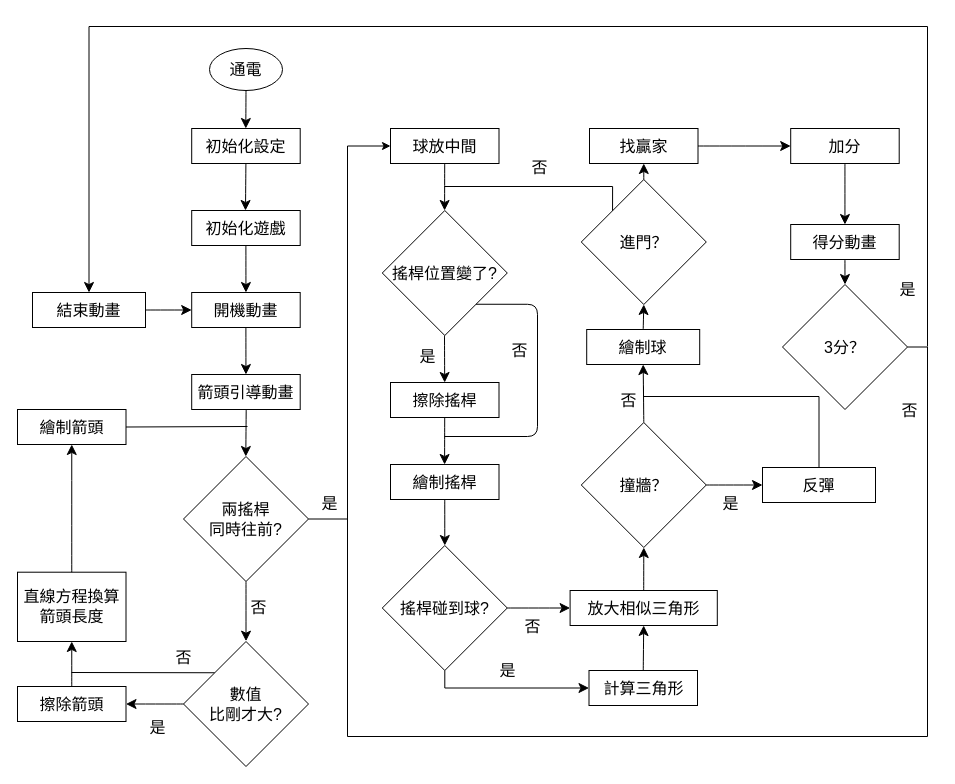
Edit-Mr/notes keeps this draw.io diagram as content/marp/Untitled Diagram.drawio. Above is the earlier version. Source tidied: cells renumbered, new cells numbered last; positions are measured from the earlier drawing's top-left corner, leaving out a move shared by most shapes. Both pictures are drawn from the tidied source at 100%, with x=0, y=0 at pixel (17, 3).
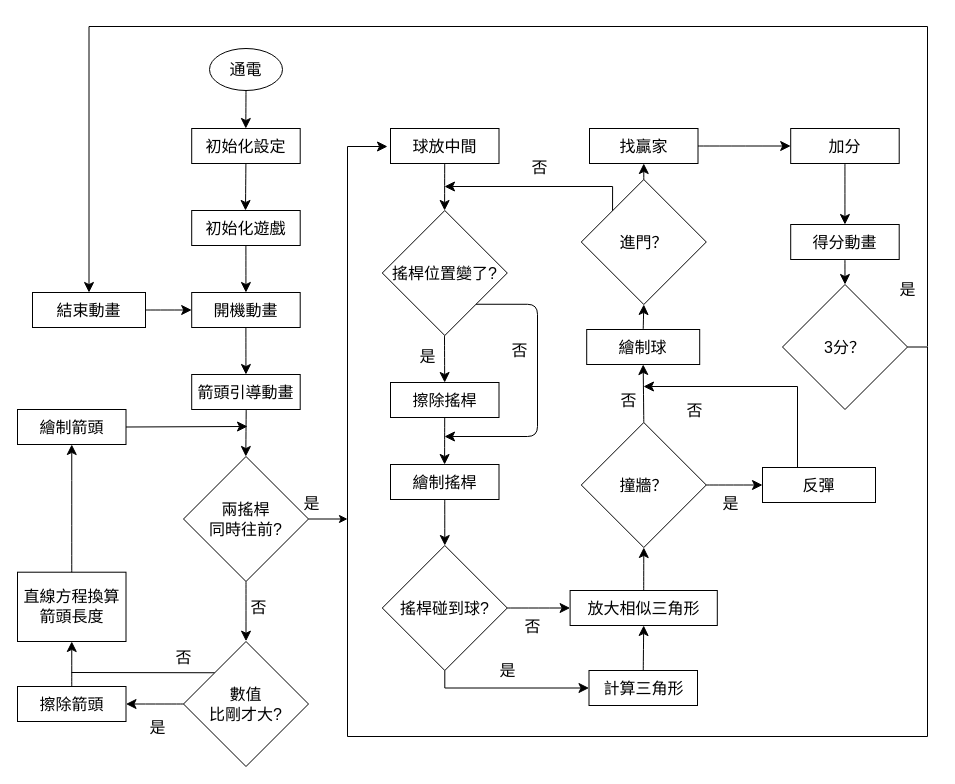
After the change.

The change refers to these unchanged cells:
```xml
<mxCell id="9" value="兩搖桿&lt;br&gt;同時往前?" style="rhombus;whiteSpace=wrap;html=1;fontSize=16;labelBackgroundColor=none;rounded=0;" parent="1" vertex="1">
  <mxGeometry x="166" y="453" width="125" height="125" as="geometry" />
</mxCell>
<mxCell id="15" value="球放中間" style="rounded=0;whiteSpace=wrap;html=1;fontSize=16;labelBackgroundColor=none;" parent="1" vertex="1">
  <mxGeometry x="373" y="125" width="108.5" height="35" as="geometry" />
</mxCell>
<mxCell id="24" value="搖桿位置變了?" style="rhombus;whiteSpace=wrap;html=1;fontSize=16;labelBackgroundColor=none;rounded=0;" parent="1" vertex="1">
  <mxGeometry x="364.8" y="207" width="125" height="125" as="geometry" />
</mxCell>
<mxCell id="33" value="繪制箭頭" style="rounded=0;whiteSpace=wrap;html=1;fontSize=16;labelBackgroundColor=none;" parent="1" vertex="1">
  <mxGeometry y="406" width="108.5" height="35" as="geometry" />
</mxCell>
<mxCell id="44" value="進門？" style="rhombus;whiteSpace=wrap;html=1;fontSize=16;labelBackgroundColor=none;rounded=0;" parent="1" vertex="1">
  <mxGeometry x="563.8" y="176" width="125" height="125" as="geometry" />
</mxCell>
<mxCell id="54" value="3分？" style="rhombus;whiteSpace=wrap;html=1;fontSize=16;labelBackgroundColor=none;rounded=0;" parent="1" vertex="1">
  <mxGeometry x="765" y="281" width="125" height="125" as="geometry" />
</mxCell>
<mxCell id="58" value="反彈" style="rounded=0;whiteSpace=wrap;html=1;fontSize=16;labelBackgroundColor=none;" parent="1" vertex="1">
  <mxGeometry x="745" y="464" width="113" height="35" as="geometry" />
</mxCell>
```

Change to the diagram source:
```diff
@@
-    <mxCell id="35" style="endArrow=none;html=1;rounded=0;fontSize=12;startSize=8;endSize=8;exitX=1;exitY=0.5;exitDx=0;exitDy=0;labelBackgroundColor=none;fontColor=default;endFill=0;" parent="1" edge="1" source="33">
+    <mxCell id="35" style="endArrow=classic;html=1;rounded=0;fontSize=12;startSize=8;endSize=8;exitX=1;exitY=0.5;exitDx=0;exitDy=0;labelBackgroundColor=none;fontColor=default;endFill=1;" parent="1" edge="1" source="33">
       <mxGeometry relative="1" as="geometry">
         <mxPoint x="230" y="423" as="targetPoint" />
       </mxGeometry>
     </mxCell>
@@
-    <mxCell id="46" style="endArrow=none;html=1;rounded=0;fontSize=12;startSize=8;endSize=8;exitX=0;exitY=0;exitDx=0;exitDy=0;labelBackgroundColor=none;fontColor=default;edgeStyle=orthogonalEdgeStyle;endFill=0;" parent="1" edge="1" source="44">
+    <mxCell id="46" style="endArrow=classic;html=1;rounded=0;fontSize=12;startSize=8;endSize=8;exitX=0;exitY=0;exitDx=0;exitDy=0;labelBackgroundColor=none;fontColor=default;edgeStyle=orthogonalEdgeStyle;endFill=1;" parent="1" edge="1" source="44">
       <mxGeometry x="0.07" y="-141" relative="1" as="geometry">
         <mxPoint x="427" y="183" as="targetPoint" />
         <Array as="points">
           <mxPoint x="595" y="183" />
         </Array>
         <mxPoint x="101" y="42" as="offset" />
       </mxGeometry>
     </mxCell>
@@
-    <mxCell id="61" style="endArrow=none;html=1;rounded=0;fontSize=12;startSize=8;endSize=8;exitX=0.5;exitY=0;exitDx=0;exitDy=0;labelBackgroundColor=none;fontColor=default;edgeStyle=orthogonalEdgeStyle;endFill=0;" parent="1" edge="1" source="58">
+    <mxCell id="61" style="endArrow=classic;html=1;rounded=0;fontSize=12;startSize=8;endSize=8;exitX=0.5;exitY=0;exitDx=0;exitDy=0;labelBackgroundColor=none;fontColor=default;endFill=1;edgeStyle=orthogonalEdgeStyle;" parent="1" edge="1" source="58">
       <mxGeometry relative="1" as="geometry">
         <mxPoint x="626" y="383" as="targetPoint" />
         <Array as="points">
-          <mxPoint x="801" y="393" />
-          <mxPoint x="626" y="393" />
+          <mxPoint x="780" y="464" />
+          <mxPoint x="780" y="383" />
         </Array>
       </mxGeometry>
     </mxCell>
@@
-    <mxCell id="65" style="endArrow=none;html=1;rounded=0;fontSize=12;startSize=8;endSize=8;exitX=1;exitY=0.5;exitDx=0;exitDy=0;edgeStyle=orthogonalEdgeStyle;elbow=vertical;labelBackgroundColor=none;fontColor=default;endFill=0;" parent="1" edge="1" source="54">
+    <mxCell id="65" style="endArrow=classic;html=1;rounded=0;fontSize=12;startSize=8;endSize=8;exitX=1;exitY=0.5;exitDx=0;exitDy=0;edgeStyle=orthogonalEdgeStyle;elbow=vertical;labelBackgroundColor=none;fontColor=default;endFill=1;" parent="1" edge="1" source="54">
       <mxGeometry relative="1" as="geometry">
-        <mxPoint x="330" y="513" as="targetPoint" />
+        <mxPoint x="370" y="143" as="targetPoint" />
         <Array as="points">
           <mxPoint x="910" y="344" />
           <mxPoint x="910" y="733" />
           <mxPoint x="330" y="733" />
         </Array>
       </mxGeometry>
     </mxCell>
@@
-    <mxCell id="67" style="endArrow=classic;html=1;rounded=0;fontSize=12;exitX=1;exitY=0.5;exitDx=0;exitDy=0;edgeStyle=elbowEdgeStyle;entryX=0;entryY=0.5;entryDx=0;entryDy=0;labelBackgroundColor=none;fontColor=default;endFill=1;" parent="1" edge="1" source="9" target="15">
+    <mxCell id="67" style="endArrow=classic;html=1;rounded=0;fontSize=12;exitX=1;exitY=0.5;exitDx=0;exitDy=0;edgeStyle=elbowEdgeStyle;labelBackgroundColor=none;fontColor=default;endFill=1;" parent="1" edge="1" source="9">
       <mxGeometry relative="1" as="geometry">
+        <mxPoint x="330" y="516" as="targetPoint" />
         <Array as="points">
           <mxPoint x="330" y="333" />
         </Array>
       </mxGeometry>
     </mxCell>
@@
-    <mxCell id="69" style="endArrow=none;html=1;fontSize=12;startSize=8;endSize=8;exitX=1;exitY=1;exitDx=0;exitDy=0;edgeStyle=orthogonalEdgeStyle;endFill=0;" parent="1" edge="1" source="24">
+    <mxCell id="69" style="endArrow=classic;html=1;fontSize=12;startSize=8;endSize=8;exitX=1;exitY=1;exitDx=0;exitDy=0;edgeStyle=orthogonalEdgeStyle;endFill=1;" parent="1" edge="1" source="24">
       <mxGeometry relative="1" as="geometry">
         <mxPoint x="427" y="433" as="targetPoint" />
         <Array as="points">
           <mxPoint x="520" y="301" />
           <mxPoint x="520" y="433" />
         </Array>
       </mxGeometry>
     </mxCell>
```
